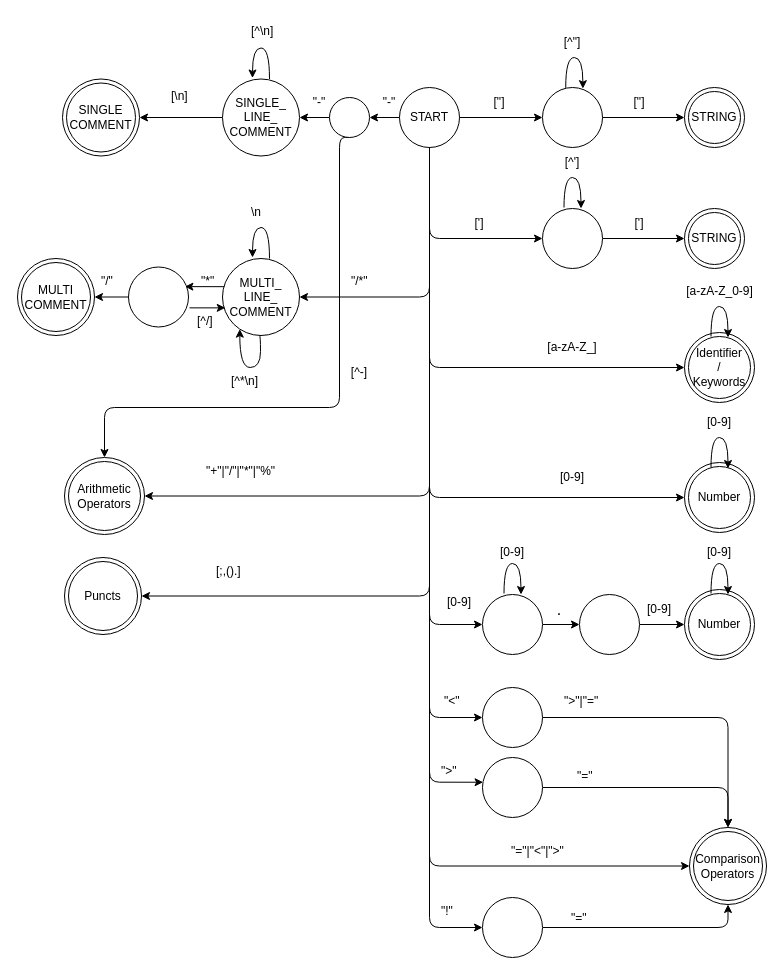
Above: diagrams/full.drawio in AmirmasoudCS/flex-sql-lexer (draw.io), before the change. Source tidied: cells renumbered, new cells numbered last; positions are measured from the earlier drawing's top-left corner, leaving out a move shared by most shapes. Both pictures are drawn from the tidied source at 100%, with x=0, y=0 at pixel (17, 17).
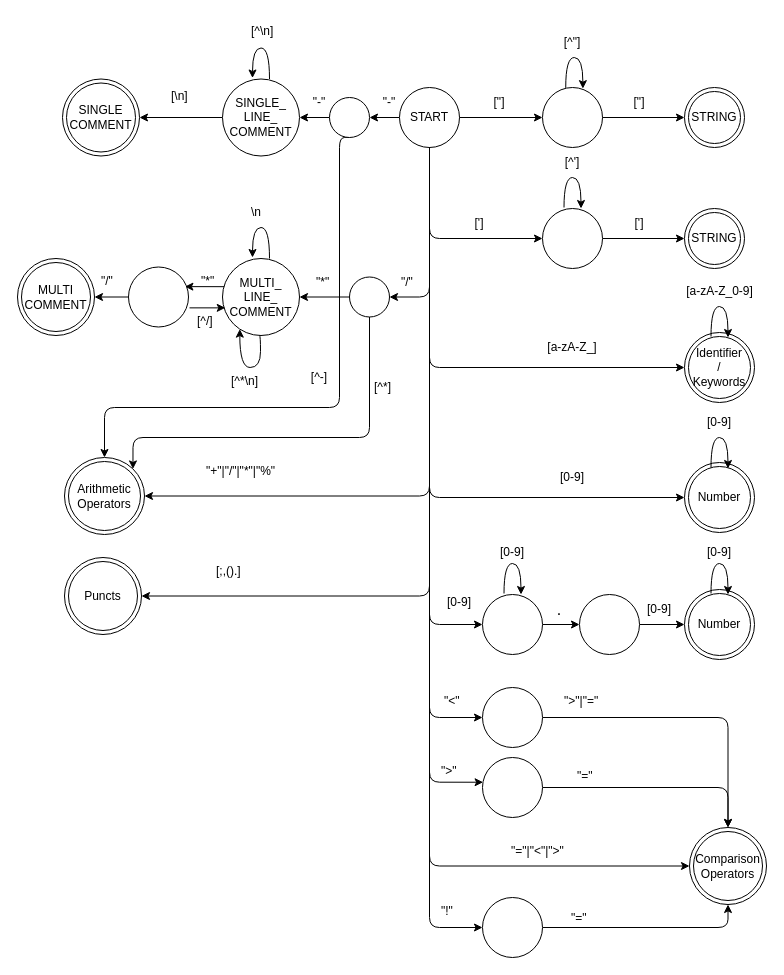
After the change.

Commit message:
Dividing the multi comment state

Unchanged cells that the change refers to:
```xml
<mxCell id="12" value="START" style="ellipse;whiteSpace=wrap;html=1;shapeInside=1;" parent="1" vertex="1">
  <mxGeometry x="382" y="70" width="60" height="60" as="geometry" />
</mxCell>
<mxCell id="50" value="Arithmetic&lt;div&gt;Operators&lt;/div&gt;" style="ellipse;shape=doubleEllipse;whiteSpace=wrap;html=1;" parent="1" vertex="1">
  <mxGeometry x="47" y="440" width="80" height="77" as="geometry" />
</mxCell>
<mxCell id="61" value="MULTI_&lt;br&gt;LINE_&lt;br&gt;COMMENT" style="ellipse;whiteSpace=wrap;html=1;shapeInside=1;" parent="1" vertex="1">
  <mxGeometry x="205" y="241" width="77" height="77" as="geometry" />
</mxCell>
```

Diff of the diagram source:
```diff
@@
-    <mxCell id="8" style="edgeStyle=orthogonalEdgeStyle;html=1;exitX=0.5;exitY=1;exitDx=0;exitDy=0;entryX=1;entryY=0.5;entryDx=0;entryDy=0;" parent="1" edge="1" source="12" target="61">
-      <mxGeometry relative="1" as="geometry" />
-    </mxCell>
@@
-    <mxCell id="62" value="&quot;/*&quot;" style="text;whiteSpace=wrap;" parent="1" vertex="1">
-      <mxGeometry x="332" y="250" width="50" height="40" as="geometry" />
+    <mxCell id="62" value="&quot;/&quot;" style="text;whiteSpace=wrap;" parent="1" vertex="1">
+      <mxGeometry x="382" y="251" width="20" height="20" as="geometry" />
     </mxCell>
@@
     <mxCell id="93" value="[^-]" style="text;html=1;whiteSpace=wrap;strokeColor=none;fillColor=none;align=center;verticalAlign=middle;rounded=0;" parent="1" vertex="1">
-      <mxGeometry x="322" y="345" width="40" height="20.5" as="geometry" />
+      <mxGeometry x="282" y="350" width="40" height="20.5" as="geometry" />
     </mxCell>
+    <mxCell id="94" style="edgeStyle=none;html=1;exitX=0;exitY=0.5;exitDx=0;exitDy=0;entryX=1;entryY=0.5;entryDx=0;entryDy=0;" parent="1" edge="1" source="96" target="61">
+      <mxGeometry relative="1" as="geometry" />
+    </mxCell>
+    <mxCell id="95" style="edgeStyle=orthogonalEdgeStyle;html=1;exitX=0.5;exitY=1;exitDx=0;exitDy=0;entryX=1;entryY=0;entryDx=0;entryDy=0;" parent="1" edge="1" source="96" target="50">
+      <mxGeometry relative="1" as="geometry">
+        <Array as="points">
+          <mxPoint x="352" y="420" />
+          <mxPoint x="115.5" y="420" />
+        </Array>
+      </mxGeometry>
+    </mxCell>
+    <mxCell id="96" style="ellipse;whiteSpace=wrap;html=1;shapeInside=1;" parent="1" vertex="1">
+      <mxGeometry x="332" y="259.5" width="40" height="40" as="geometry" />
+    </mxCell>
+    <mxCell id="97" style="edgeStyle=orthogonalEdgeStyle;html=1;exitX=0.5;exitY=1;exitDx=0;exitDy=0;entryX=1;entryY=0.5;entryDx=0;entryDy=0;" parent="1" edge="1" source="12" target="96">
+      <mxGeometry relative="1" as="geometry" />
+    </mxCell>
+    <mxCell id="98" value="&quot;*&quot;" style="text;whiteSpace=wrap;" parent="1" vertex="1">
+      <mxGeometry x="297" y="251" width="20" height="20" as="geometry" />
+    </mxCell>
+    <mxCell id="99" value="[^*]" style="text;html=1;whiteSpace=wrap;strokeColor=none;fillColor=none;align=center;verticalAlign=middle;rounded=0;" parent="1" vertex="1">
+      <mxGeometry x="352" y="359.8" width="27" height="20.5" as="geometry" />
+    </mxCell>
```
